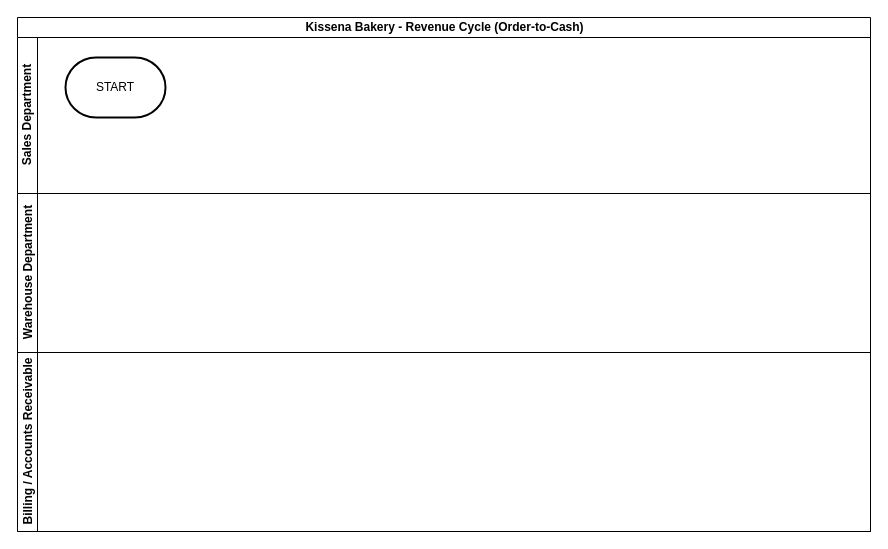
The draw.io diagram Revenue_Cycle_Controls.drawio in Yingyikuang/drawio, before the edit. Source tidied: cells renumbered, new cells numbered last; positions are measured from the earlier drawing's top-left corner, leaving out a move shared by most shapes. Both pictures are drawn from the tidied source at 100%, with x=0, y=0 at pixel (17, 17).
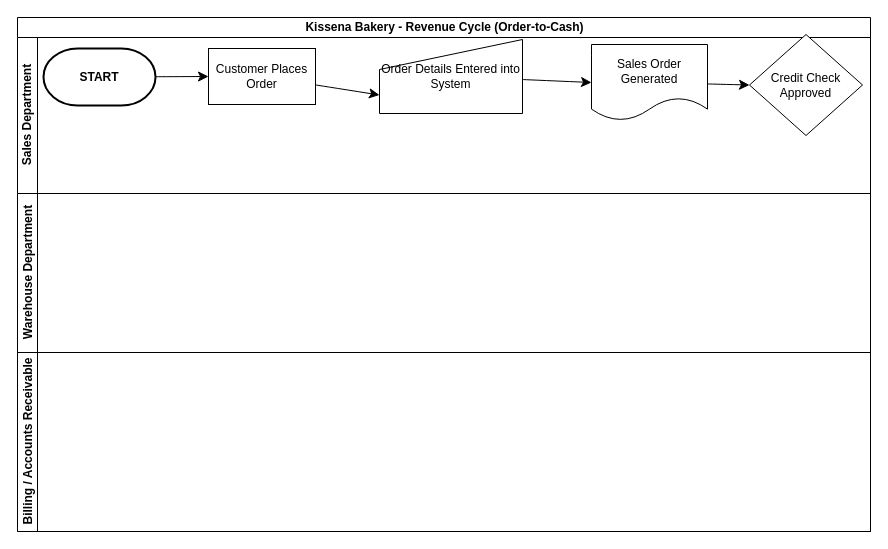
The same page after the edit.

Diff of the diagram source:
```diff
@@
 <mxGraphModel>
   <root>
     <mxCell id="0" />
     <mxCell id="1" parent="0" />
     <mxCell id="2" value="Kissena Bakery - Revenue Cycle (Order-to-Cash)" style="swimlane;horizontal=1;startSize=20;html=1;" parent="1" vertex="1">
       <mxGeometry width="853" height="514" as="geometry" />
     </mxCell>
     <mxCell id="3" value="Sales Department" style="swimlane;startSize=20;horizontal=0;html=1;" parent="2" vertex="1">
       <mxGeometry y="20" width="853" height="156" as="geometry" />
     </mxCell>
+    <mxCell id="7" style="edgeStyle=none;curved=1;rounded=0;jettySize=auto;html=1;entryX=0;entryY=0.5;entryDx=0;entryDy=0;fontSize=12;startSize=8;endSize=8;" parent="3" edge="1" source="4" target="9">
+      <mxGeometry relative="1" as="geometry" />
+    </mxCell>
-    <mxCell id="4" value="START" style="strokeWidth=2;html=1;shape=mxgraph.flowchart.terminator;whiteSpace=wrap;" parent="3" vertex="1">
-      <mxGeometry x="48" y="20" width="100" height="60" as="geometry" />
+    <mxCell id="4" value="&lt;b&gt;START&lt;/b&gt;" style="strokeWidth=2;html=1;shape=mxgraph.flowchart.terminator;whiteSpace=wrap;" parent="3" vertex="1">
+      <mxGeometry x="26" y="11" width="112" height="57" as="geometry" />
     </mxCell>
+    <mxCell id="8" style="edgeStyle=none;curved=1;rounded=0;jettySize=auto;html=1;entryX=0;entryY=0.75;entryDx=0;entryDy=0;fontSize=12;startSize=8;endSize=8;" parent="3" edge="1" source="9" target="11">
+      <mxGeometry relative="1" as="geometry" />
+    </mxCell>
+    <mxCell id="9" value="Customer Places Order" style="rounded=0;whiteSpace=wrap;html=1;" parent="3" vertex="1">
+      <mxGeometry x="191" y="11" width="107" height="56" as="geometry" />
+    </mxCell>
+    <mxCell id="10" style="edgeStyle=none;curved=1;rounded=0;jettySize=auto;html=1;entryX=0;entryY=0.5;entryDx=0;entryDy=0;fontSize=12;startSize=8;endSize=8;" parent="3" edge="1" source="11" target="13">
+      <mxGeometry relative="1" as="geometry" />
+    </mxCell>
+    <mxCell id="11" value="Order Details Entered into System" style="shape=manualInput;whiteSpace=wrap;html=1;" parent="3" vertex="1">
+      <mxGeometry x="362" y="2" width="143" height="74" as="geometry" />
+    </mxCell>
+    <mxCell id="12" style="edgeStyle=none;curved=1;rounded=0;jettySize=auto;html=1;entryX=0;entryY=0.5;entryDx=0;entryDy=0;fontSize=12;startSize=8;endSize=8;" parent="3" edge="1" source="13" target="14">
+      <mxGeometry relative="1" as="geometry" />
+    </mxCell>
+    <mxCell id="13" value="Sales Order Generated" style="shape=document;whiteSpace=wrap;html=1;boundedLbl=1;" parent="3" vertex="1">
+      <mxGeometry x="574" y="7" width="116" height="76" as="geometry" />
+    </mxCell>
+    <mxCell id="14" value="Credit Check Approved" style="rhombus;whiteSpace=wrap;html=1;" parent="3" vertex="1">
+      <mxGeometry x="732" y="-3" width="113" height="101" as="geometry" />
+    </mxCell>
     <mxCell id="5" value="Warehouse Department" style="swimlane;startSize=20;horizontal=0;html=1;" parent="2" vertex="1">
       <mxGeometry y="176" width="853" height="159" as="geometry" />
     </mxCell>
     <mxCell id="6" value="Billing / Accounts Receivable" style="swimlane;startSize=20;horizontal=0;html=1;" parent="2" vertex="1">
       <mxGeometry y="335" width="853" height="179" as="geometry" />
     </mxCell>
   </root>
 </mxGraphModel>
```
